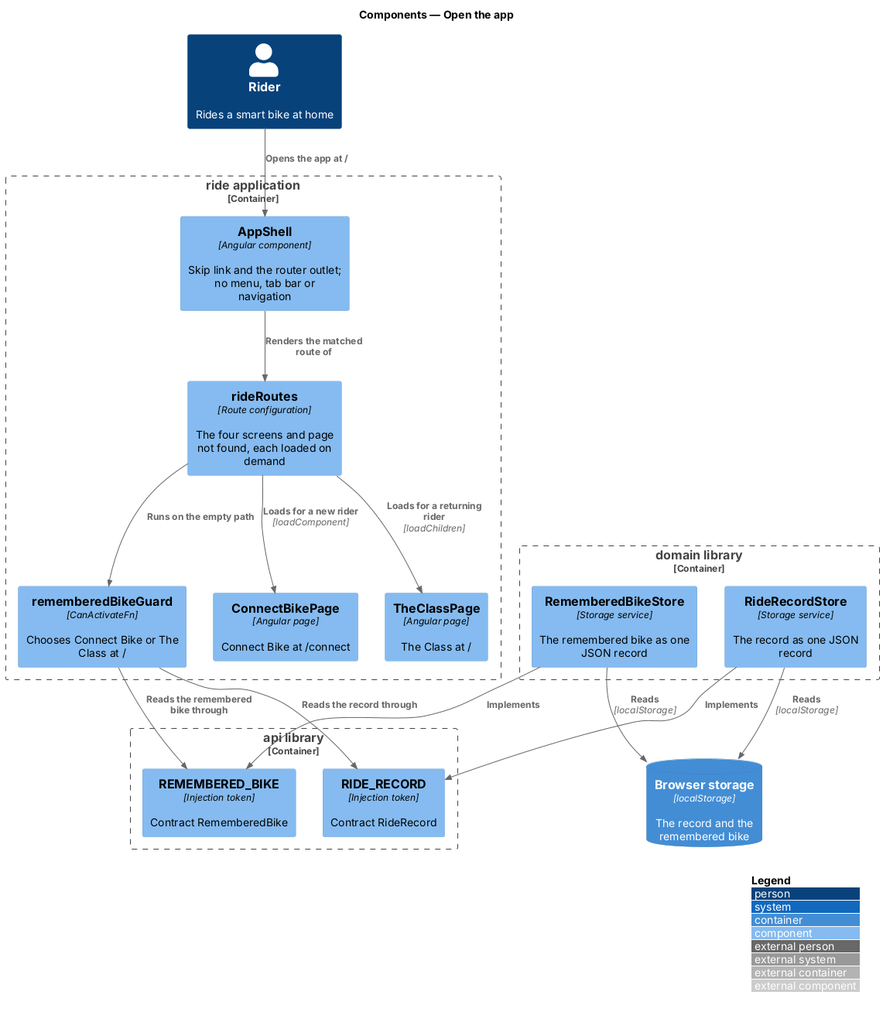
Earlier version of the PlantUML export docs/detailed-designs/the-class/open-the-app/diagrams/c4-component.png (QuinntyneBrown/ride-one).
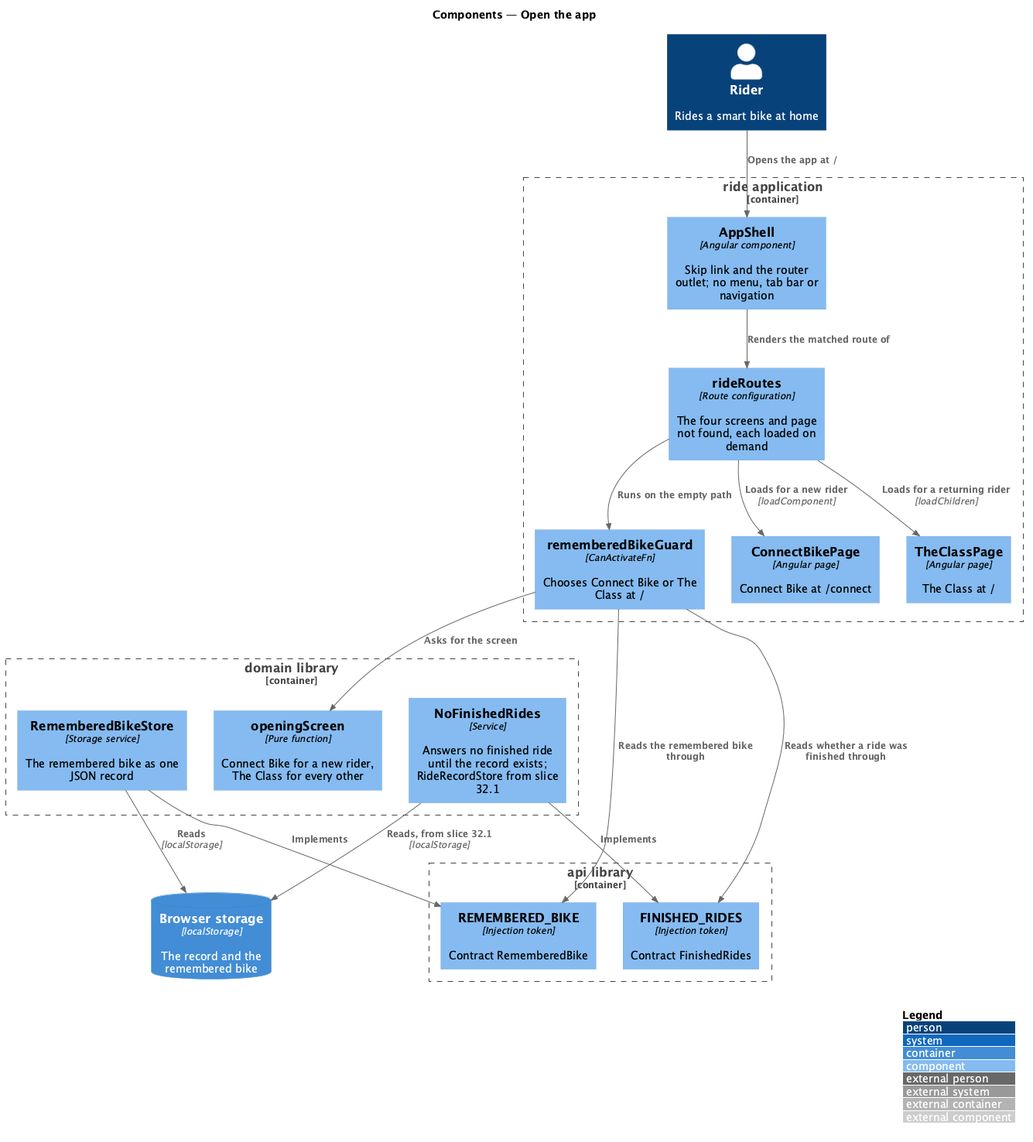
Later version of the same file.

The edit, as a diff of the source:
```diff
@@ -15,22 +15,24 @@
 }
 Container_Boundary(domain, "domain library") {
   Component(bikeStore, "RememberedBikeStore", "Storage service", "The remembered bike as one JSON record")
-  Component(recordStore, "RideRecordStore", "Storage service", "The record as one JSON record")
+  Component(rule, "openingScreen", "Pure function", "Connect Bike for a new rider, The Class for every other")
+  Component(recordStore, "NoFinishedRides", "Service", "Answers no finished ride until the record exists; RideRecordStore from slice 32.1")
 }
 Container_Boundary(api, "api library") {
   Component(bikeToken, "REMEMBERED_BIKE", "Injection token", "Contract RememberedBike")
-  Component(recordToken, "RIDE_RECORD", "Injection token", "Contract RideRecord")
+  Component(recordToken, "FINISHED_RIDES", "Injection token", "Contract FinishedRides")
 }
 
 Rel(rider, shell, "Opens the app at /")
 Rel(shell, routes, "Renders the matched route of")
 Rel(routes, guard, "Runs on the empty path")
 Rel(guard, bikeToken, "Reads the remembered bike through")
-Rel(guard, recordToken, "Reads the record through")
+Rel(guard, recordToken, "Reads whether a ride was finished through")
+Rel(guard, rule, "Asks for the screen")
 Rel(bikeStore, bikeToken, "Implements")
 Rel(recordStore, recordToken, "Implements")
 Rel(bikeStore, storage, "Reads", "localStorage")
-Rel(recordStore, storage, "Reads", "localStorage")
+Rel(recordStore, storage, "Reads, from slice 32.1", "localStorage")
 Rel(routes, connect, "Loads for a new rider", "loadComponent")
 Rel(routes, theclass, "Loads for a returning rider", "loadChildren")
 @enduml
```
